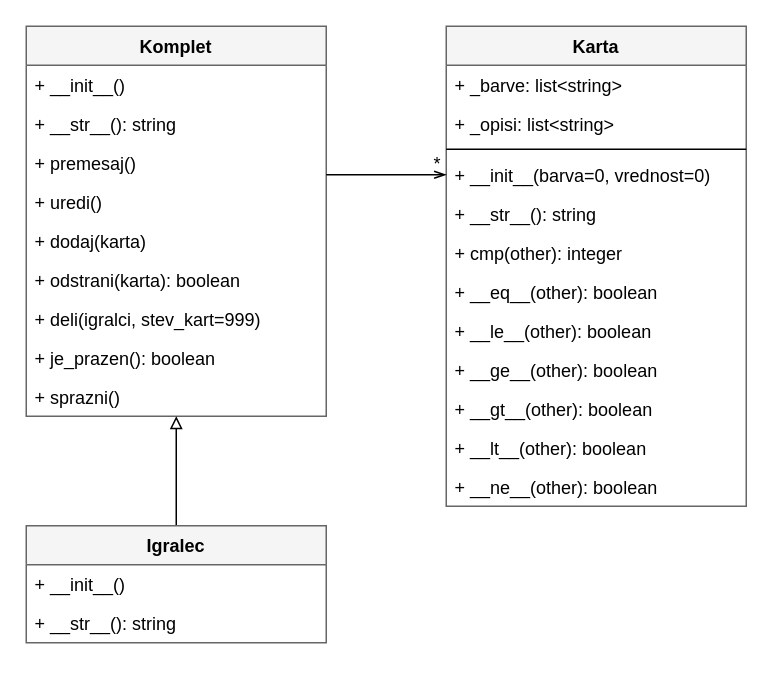
Above: book2/2404/img/razredi2.drawio in anzeljg/rin2 (draw.io), before the change. Source tidied: cells renumbered, new cells numbered last; positions are measured from the earlier drawing's top-left corner, leaving out a move shared by most shapes. Both pictures are drawn from the tidied source at 150%, with x=0, y=0 at pixel (26, 26).
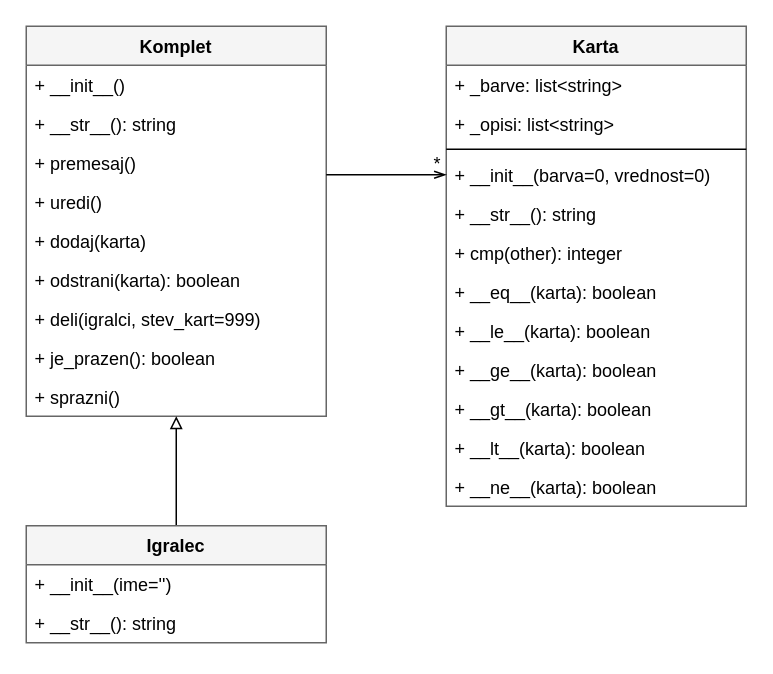
The same diagram, later.

Unchanged cells that the change refers to:
```xml
<mxCell id="13" value="Karta" style="swimlane;fontStyle=1;align=center;verticalAlign=top;horizontal=1;startSize=26;swimlaneFillColor=#ffffff;fillColor=#f5f5f5;strokeColor=#666666;" parent="2" vertex="1">
  <mxGeometry x="280" width="200" height="320" as="geometry" />
</mxCell>
<mxCell id="27" value="Igralec" style="swimlane;fontStyle=1;align=center;verticalAlign=top;horizontal=1;startSize=26;swimlaneFillColor=#ffffff;fillColor=#f5f5f5;strokeColor=#666666;" parent="2" vertex="1">
  <mxGeometry y="333" width="200" height="78" as="geometry" />
</mxCell>
```

What changed in the source:
```diff
@@
-    <mxCell id="20" value="+ __eq__(other): boolean" style="text;strokeColor=none;fillColor=none;align=left;verticalAlign=top;spacingLeft=4;spacingRight=4;overflow=hidden;" parent="13" vertex="1">
+    <mxCell id="20" value="+ __eq__(karta): boolean" style="text;strokeColor=none;fillColor=none;align=left;verticalAlign=top;spacingLeft=4;spacingRight=4;overflow=hidden;" parent="13" vertex="1">
       <mxGeometry y="164" width="200" height="26" as="geometry" />
     </mxCell>
-    <mxCell id="21" value="+ __le__(other): boolean" style="text;strokeColor=none;fillColor=none;align=left;verticalAlign=top;spacingLeft=4;spacingRight=4;overflow=hidden;" parent="13" vertex="1">
+    <mxCell id="21" value="+ __le__(karta): boolean" style="text;strokeColor=none;fillColor=none;align=left;verticalAlign=top;spacingLeft=4;spacingRight=4;overflow=hidden;" parent="13" vertex="1">
       <mxGeometry y="190" width="200" height="26" as="geometry" />
     </mxCell>
-    <mxCell id="22" value="+ __ge__(other): boolean" style="text;strokeColor=none;fillColor=none;align=left;verticalAlign=top;spacingLeft=4;spacingRight=4;overflow=hidden;" parent="13" vertex="1">
+    <mxCell id="22" value="+ __ge__(karta): boolean" style="text;strokeColor=none;fillColor=none;align=left;verticalAlign=top;spacingLeft=4;spacingRight=4;overflow=hidden;" parent="13" vertex="1">
       <mxGeometry y="216" width="200" height="26" as="geometry" />
     </mxCell>
-    <mxCell id="23" value="+ __gt__(other): boolean" style="text;strokeColor=none;fillColor=none;align=left;verticalAlign=top;spacingLeft=4;spacingRight=4;overflow=hidden;" parent="13" vertex="1">
+    <mxCell id="23" value="+ __gt__(karta): boolean" style="text;strokeColor=none;fillColor=none;align=left;verticalAlign=top;spacingLeft=4;spacingRight=4;overflow=hidden;" parent="13" vertex="1">
       <mxGeometry y="242" width="200" height="26" as="geometry" />
     </mxCell>
-    <mxCell id="24" value="+ __lt__(other): boolean" style="text;strokeColor=none;fillColor=none;align=left;verticalAlign=top;spacingLeft=4;spacingRight=4;overflow=hidden;" parent="13" vertex="1">
+    <mxCell id="24" value="+ __lt__(karta): boolean" style="text;strokeColor=none;fillColor=none;align=left;verticalAlign=top;spacingLeft=4;spacingRight=4;overflow=hidden;" parent="13" vertex="1">
       <mxGeometry y="268" width="200" height="26" as="geometry" />
     </mxCell>
-    <mxCell id="25" value="+ __ne__(other): boolean" style="text;strokeColor=none;fillColor=none;align=left;verticalAlign=top;spacingLeft=4;spacingRight=4;overflow=hidden;" parent="13" vertex="1">
+    <mxCell id="25" value="+ __ne__(karta): boolean" style="text;strokeColor=none;fillColor=none;align=left;verticalAlign=top;spacingLeft=4;spacingRight=4;overflow=hidden;" parent="13" vertex="1">
       <mxGeometry y="294" width="200" height="26" as="geometry" />
     </mxCell>
@@
-    <mxCell id="28" value="+ __init__()" style="text;strokeColor=none;fillColor=none;align=left;verticalAlign=top;spacingLeft=4;spacingRight=4;overflow=hidden;" parent="27" vertex="1">
+    <mxCell id="28" value="+ __init__(ime='')" style="text;strokeColor=none;fillColor=none;align=left;verticalAlign=top;spacingLeft=4;spacingRight=4;overflow=hidden;" parent="27" vertex="1">
       <mxGeometry y="26" width="200" height="26" as="geometry" />
     </mxCell>
```
